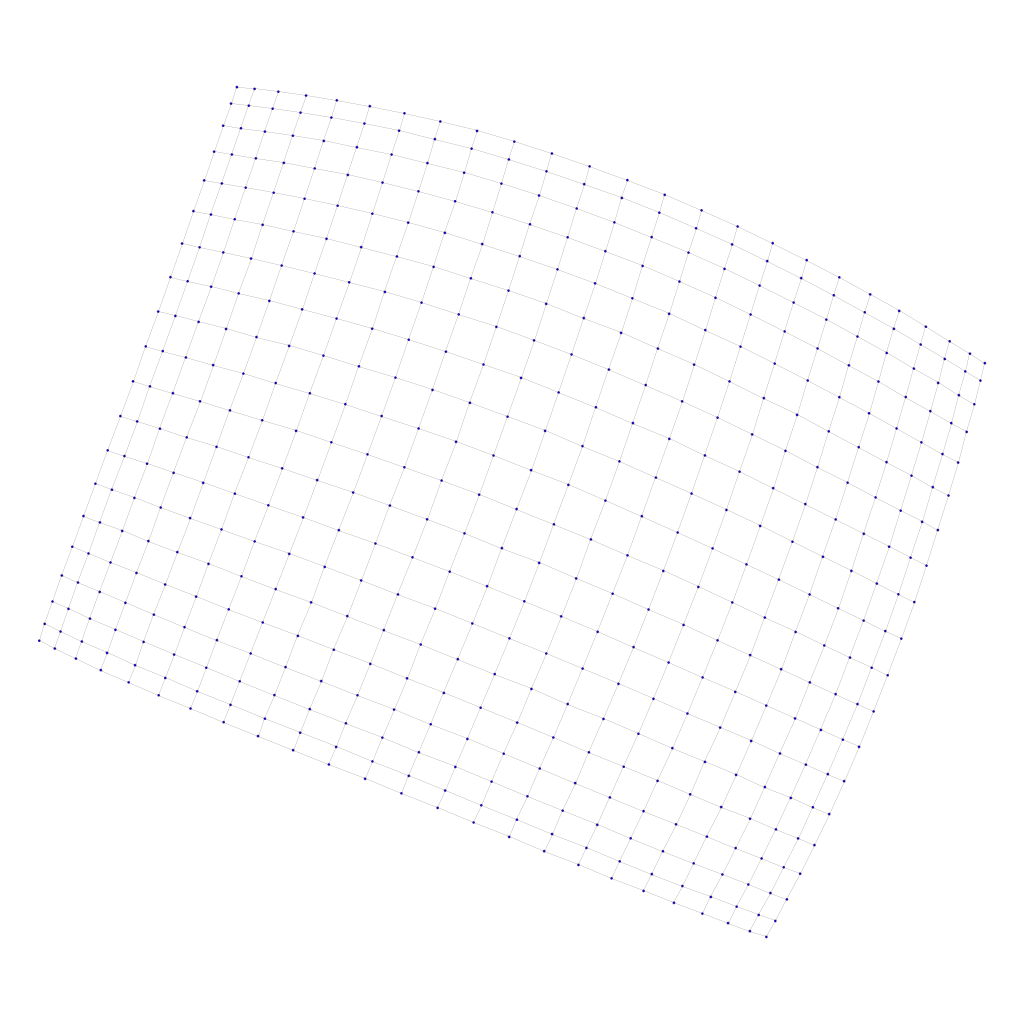
Before: Imágenes/Grafos/500/gridGraph500.png, a diagram exported from Graphviz (rMelendez96/Projects-ADA). Its source is kept beside it as Archivos GV/Grafos/500/gridGraph500.gv. The source it was exported from:
```dot
graph{
361 -- 386;
506 -- 507;
76 -- 101;
216 -- 241;
361 -- 362;
76 -- 77;
216 -- 217;
507 -- 532;
362 -- 387;
507 -- 508;
77 -- 102;
217 -- 242;
362 -- 363;
77 -- 78;
217 -- 218;
508 -- 533;
363 -- 388;
508 -- 509;
78 -- 103;
218 -- 243;
363 -- 364;
78 -- 79;
218 -- 219;
509 -- 534;
364 -- 389;
509 -- 510;
79 -- 104;
219 -- 244;
364 -- 365;
79 -- 80;
510 -- 535;
225 -- 250;
365 -- 390;
510 -- 511;
80 -- 105;
225 -- 226;
365 -- 366;
80 -- 81;
511 -- 536;
226 -- 251;
366 -- 391;
511 -- 512;
81 -- 106;
226 -- 227;
366 -- 367;
81 -- 82;
512 -- 537;
227 -- 252;
367 -- 392;
512 -- 513;
82 -- 107;
227 -- 228;
367 -- 368;
82 -- 83;
513 -- 538;
228 -- 253;
368 -- 393;
513 -- 514;
83 -- 108;
228 -- 229;
368 -- 369;
83 -- 84;
514 -- 539;
229 -- 254;
369 -- 394;
514 -- 515;
84 -- 109;
229 -- 230;
84 -- 85;
375 -- 400;
515 -- 540;
230 -- 255;
375 -- 376;
515 -- 516;
85 -- 110;
230 -- 231;
85 -- 86;
376 -- 401;
516 -- 541;
231 -- 256;
376 -- 377;
516 -- 517;
86 -- 111;
231 -- 232;
86 -- 87;
377 -- 402;
517 -- 542;
232 -- 257;
377 -- 378;
517 -- 518;
87 -- 112;
232 -- 233;
87 -- 88;
378 -- 403;
518 -- 543;
233 -- 258;
378 -- 379;
518 -- 519;
88 -- 113;
233 -- 234;
88 -- 89;
379 -- 404;
519 -- 544;
234 -- 259;
379 -- 380;
89 -- 114;
234 -- 235;
525 -- 550;
89 -- 90;
380 -- 405;
525 -- 526;
235 -- 260;
380 -- 381;
90 -- 115;
235 -- 236;
526 -- 551;
90 -- 91;
381 -- 406;
526 -- 527;
236 -- 261;
381 -- 382;
91 -- 116;
236 -- 237;
527 -- 552;
91 -- 92;
382 -- 407;
527 -- 528;
237 -- 262;
382 -- 383;
92 -- 117;
237 -- 238;
528 -- 553;
92 -- 93;
383 -- 408;
528 -- 529;
238 -- 263;
383 -- 384;
93 -- 118;
238 -- 239;
529 -- 554;
93 -- 94;
384 -- 409;
529 -- 530;
239 -- 264;
384 -- 385;
94 -- 119;
239 -- 240;
530 -- 555;
385 -- 410;
530 -- 531;
100 -- 125;
240 -- 265;
385 -- 386;
100 -- 101;
240 -- 241;
531 -- 556;
386 -- 411;
531 -- 532;
101 -- 126;
241 -- 266;
386 -- 387;
101 -- 102;
241 -- 242;
532 -- 557;
387 -- 412;
532 -- 533;
102 -- 127;
242 -- 267;
387 -- 388;
102 -- 103;
242 -- 243;
533 -- 558;
388 -- 413;
533 -- 534;
103 -- 128;
243 -- 268;
388 -- 389;
103 -- 104;
243 -- 244;
534 -- 559;
389 -- 414;
534 -- 535;
104 -- 129;
244 -- 269;
389 -- 390;
104 -- 105;
535 -- 560;
250 -- 275;
390 -- 415;
535 -- 536;
105 -- 130;
250 -- 251;
390 -- 391;
105 -- 106;
536 -- 561;
251 -- 276;
391 -- 416;
536 -- 537;
106 -- 131;
251 -- 252;
391 -- 392;
106 -- 107;
537 -- 562;
252 -- 277;
392 -- 417;
537 -- 538;
107 -- 132;
252 -- 253;
392 -- 393;
107 -- 108;
538 -- 563;
253 -- 278;
393 -- 418;
538 -- 539;
108 -- 133;
253 -- 254;
393 -- 394;
108 -- 109;
539 -- 564;
254 -- 279;
394 -- 419;
539 -- 540;
109 -- 134;
254 -- 255;
109 -- 110;
400 -- 425;
540 -- 565;
255 -- 280;
400 -- 401;
540 -- 541;
110 -- 135;
255 -- 256;
110 -- 111;
401 -- 426;
541 -- 566;
256 -- 281;
401 -- 402;
541 -- 542;
111 -- 136;
256 -- 257;
215 -- 216;
111 -- 112;
402 -- 427;
542 -- 567;
257 -- 282;
402 -- 403;
542 -- 543;
112 -- 137;
257 -- 258;
112 -- 113;
403 -- 428;
543 -- 568;
258 -- 283;
403 -- 404;
543 -- 544;
113 -- 138;
258 -- 259;
113 -- 114;
404 -- 429;
544 -- 569;
259 -- 284;
404 -- 405;
114 -- 139;
259 -- 260;
550 -- 575;
114 -- 115;
405 -- 430;
550 -- 551;
260 -- 285;
405 -- 406;
115 -- 140;
260 -- 261;
551 -- 576;
115 -- 116;
406 -- 431;
551 -- 552;
261 -- 286;
406 -- 407;
116 -- 141;
261 -- 262;
552 -- 577;
116 -- 117;
407 -- 432;
552 -- 553;
262 -- 287;
407 -- 408;
117 -- 142;
262 -- 263;
553 -- 578;
117 -- 118;
408 -- 433;
553 -- 554;
263 -- 288;
408 -- 409;
118 -- 143;
263 -- 264;
554 -- 579;
118 -- 119;
409 -- 434;
554 -- 555;
264 -- 289;
409 -- 410;
119 -- 144;
264 -- 265;
555 -- 580;
410 -- 435;
555 -- 556;
125 -- 150;
265 -- 290;
410 -- 411;
125 -- 126;
265 -- 266;
556 -- 581;
411 -- 436;
556 -- 557;
126 -- 151;
266 -- 291;
411 -- 412;
126 -- 127;
266 -- 267;
557 -- 582;
412 -- 437;
557 -- 558;
127 -- 152;
267 -- 292;
412 -- 413;
127 -- 128;
267 -- 268;
558 -- 583;
413 -- 438;
558 -- 559;
128 -- 153;
268 -- 293;
413 -- 414;
128 -- 129;
268 -- 269;
559 -- 584;
414 -- 439;
559 -- 560;
129 -- 154;
269 -- 294;
414 -- 415;
129 -- 130;
560 -- 585;
275 -- 300;
415 -- 440;
560 -- 561;
130 -- 155;
275 -- 276;
415 -- 416;
130 -- 131;
561 -- 586;
276 -- 301;
416 -- 441;
561 -- 562;
131 -- 156;
276 -- 277;
416 -- 417;
131 -- 132;
562 -- 587;
277 -- 302;
417 -- 442;
562 -- 563;
132 -- 157;
277 -- 278;
417 -- 418;
132 -- 133;
563 -- 588;
278 -- 303;
418 -- 443;
563 -- 564;
133 -- 158;
278 -- 279;
418 -- 419;
133 -- 134;
564 -- 589;
279 -- 304;
419 -- 444;
564 -- 565;
134 -- 159;
279 -- 280;
134 -- 135;
425 -- 450;
565 -- 590;
280 -- 305;
425 -- 426;
565 -- 566;
135 -- 160;
280 -- 281;
135 -- 136;
426 -- 451;
566 -- 591;
281 -- 306;
426 -- 427;
566 -- 567;
136 -- 161;
281 -- 282;
136 -- 137;
427 -- 452;
567 -- 592;
282 -- 307;
427 -- 428;
567 -- 568;
137 -- 162;
282 -- 283;
137 -- 138;
428 -- 453;
568 -- 593;
283 -- 308;
428 -- 429;
506 -- 531;
568 -- 569;
138 -- 163;
283 -- 284;
138 -- 139;
429 -- 454;
569 -- 594;
284 -- 309;
429 -- 430;
139 -- 164;
284 -- 285;
575 -- 600;
139 -- 140;
430 -- 455;
575 -- 576;
285 -- 310;
430 -- 431;
140 -- 165;
285 -- 286;
576 -- 601;
140 -- 141;
431 -- 456;
576 -- 577;
286 -- 311;
431 -- 432;
141 -- 166;
286 -- 287;
577 -- 602;
141 -- 142;
432 -- 457;
577 -- 578;
287 -- 312;
432 -- 433;
142 -- 167;
287 -- 288;
578 -- 603;
142 -- 143;
433 -- 458;
578 -- 579;
288 -- 313;
433 -- 434;
3 -- 28;
143 -- 168;
288 -- 289;
579 -- 604;
3 -- 4;
143 -- 144;
434 -- 459;
579 -- 580;
289 -- 314;
434 -- 435;
4 -- 29;
144 -- 169;
289 -- 290;
580 -- 605;
4 -- 5;
435 -- 460;
580 -- 581;
150 -- 175;
290 -- 315;
435 -- 436;
5 -- 30;
150 -- 151;
290 -- 291;
581 -- 606;
5 -- 6;
436 -- 461;
581 -- 582;
151 -- 176;
291 -- 316;
436 -- 437;
6 -- 31;
151 -- 152;
291 -- 292;
582 -- 607;
6 -- 7;
437 -- 462;
582 -- 583;
152 -- 177;
292 -- 317;
437 -- 438;
7 -- 32;
152 -- 153;
292 -- 293;
583 -- 608;
7 -- 8;
438 -- 463;
583 -- 584;
153 -- 178;
293 -- 318;
438 -- 439;
8 -- 33;
153 -- 154;
293 -- 294;
584 -- 609;
8 -- 9;
439 -- 464;
584 -- 585;
154 -- 179;
294 -- 319;
439 -- 440;
9 -- 34;
154 -- 155;
585 -- 610;
9 -- 10;
300 -- 325;
440 -- 465;
585 -- 586;
155 -- 180;
300 -- 301;
440 -- 441;
10 -- 35;
155 -- 156;
586 -- 611;
10 -- 11;
301 -- 326;
441 -- 466;
586 -- 587;
156 -- 181;
301 -- 302;
441 -- 442;
11 -- 36;
156 -- 157;
587 -- 612;
11 -- 12;
302 -- 327;
442 -- 467;
587 -- 588;
157 -- 182;
302 -- 303;
442 -- 443;
12 -- 37;
157 -- 158;
588 -- 613;
12 -- 13;
303 -- 328;
443 -- 468;
588 -- 589;
158 -- 183;
303 -- 304;
443 -- 444;
13 -- 38;
158 -- 159;
589 -- 614;
13 -- 14;
304 -- 329;
444 -- 469;
589 -- 590;
159 -- 184;
304 -- 305;
14 -- 39;
159 -- 160;
450 -- 475;
590 -- 615;
14 -- 15;
305 -- 330;
450 -- 451;
590 -- 591;
160 -- 185;
305 -- 306;
15 -- 40;
160 -- 161;
451 -- 476;
591 -- 616;
15 -- 16;
306 -- 331;
451 -- 452;
591 -- 592;
161 -- 186;
306 -- 307;
16 -- 41;
161 -- 162;
452 -- 477;
592 -- 617;
16 -- 17;
307 -- 332;
452 -- 453;
592 -- 593;
162 -- 187;
307 -- 308;
17 -- 42;
162 -- 163;
453 -- 478;
593 -- 618;
17 -- 18;
308 -- 333;
453 -- 454;
593 -- 594;
163 -- 188;
308 -- 309;
18 -- 43;
163 -- 164;
454 -- 479;
594 -- 619;
18 -- 19;
309 -- 334;
454 -- 455;
164 -- 189;
309 -- 310;
600 -- 601;
19 -- 44;
164 -- 165;
455 -- 480;
310 -- 335;
455 -- 456;
601 -- 602;
25 -- 50;
165 -- 190;
310 -- 311;
25 -- 26;
165 -- 166;
456 -- 481;
602 -- 603;
311 -- 336;
456 -- 457;
26 -- 51;
166 -- 191;
311 -- 312;
603 -- 604;
26 -- 27;
166 -- 167;
457 -- 482;
312 -- 337;
457 -- 458;
604 -- 605;
27 -- 52;
167 -- 192;
312 -- 313;
27 -- 28;
167 -- 168;
458 -- 483;
605 -- 606;
313 -- 338;
458 -- 459;
28 -- 53;
168 -- 193;
313 -- 314;
606 -- 607;
28 -- 29;
168 -- 169;
459 -- 484;
314 -- 339;
459 -- 460;
607 -- 608;
29 -- 54;
169 -- 194;
314 -- 315;
29 -- 30;
460 -- 485;
608 -- 609;
175 -- 200;
315 -- 340;
460 -- 461;
30 -- 55;
175 -- 176;
315 -- 316;
609 -- 610;
30 -- 31;
461 -- 486;
176 -- 201;
316 -- 341;
461 -- 462;
610 -- 611;
31 -- 56;
176 -- 177;
316 -- 317;
31 -- 32;
462 -- 487;
611 -- 612;
177 -- 202;
317 -- 342;
462 -- 463;
32 -- 57;
177 -- 178;
317 -- 318;
612 -- 613;
32 -- 33;
463 -- 488;
178 -- 203;
318 -- 343;
463 -- 464;
613 -- 614;
33 -- 58;
178 -- 179;
318 -- 319;
33 -- 34;
464 -- 489;
614 -- 615;
179 -- 204;
319 -- 344;
464 -- 465;
34 -- 59;
179 -- 180;
615 -- 616;
34 -- 35;
325 -- 350;
465 -- 490;
180 -- 205;
325 -- 326;
465 -- 466;
616 -- 617;
35 -- 60;
180 -- 181;
35 -- 36;
326 -- 351;
466 -- 491;
617 -- 618;
181 -- 206;
326 -- 327;
466 -- 467;
36 -- 61;
181 -- 182;
618 -- 619;
36 -- 37;
327 -- 352;
467 -- 492;
182 -- 207;
327 -- 328;
467 -- 468;
37 -- 62;
182 -- 183;
37 -- 38;
328 -- 353;
468 -- 493;
183 -- 208;
328 -- 329;
468 -- 469;
38 -- 63;
183 -- 184;
38 -- 39;
329 -- 354;
469 -- 494;
184 -- 209;
329 -- 330;
39 -- 64;
184 -- 185;
475 -- 500;
39 -- 40;
330 -- 355;
475 -- 476;
185 -- 210;
330 -- 331;
40 -- 65;
185 -- 186;
476 -- 501;
40 -- 41;
331 -- 356;
476 -- 477;
186 -- 211;
331 -- 332;
41 -- 66;
186 -- 187;
477 -- 502;
41 -- 42;
332 -- 357;
477 -- 478;
187 -- 212;
332 -- 333;
42 -- 67;
187 -- 188;
478 -- 503;
42 -- 43;
333 -- 358;
478 -- 479;
188 -- 213;
333 -- 334;
43 -- 68;
188 -- 189;
479 -- 504;
43 -- 44;
334 -- 359;
479 -- 480;
189 -- 214;
334 -- 335;
44 -- 69;
189 -- 190;
480 -- 505;
335 -- 360;
480 -- 481;
50 -- 75;
190 -- 215;
335 -- 336;
50 -- 51;
190 -- 191;
481 -- 506;
336 -- 361;
481 -- 482;
51 -- 76;
191 -- 216;
336 -- 337;
51 -- 52;
191 -- 192;
482 -- 507;
337 -- 362;
482 -- 483;
52 -- 77;
192 -- 217;
337 -- 338;
52 -- 53;
192 -- 193;
483 -- 508;
338 -- 363;
483 -- 484;
53 -- 78;
193 -- 218;
338 -- 339;
53 -- 54;
193 -- 194;
484 -- 509;
339 -- 364;
484 -- 485;
54 -- 79;
194 -- 219;
339 -- 340;
54 -- 55;
485 -- 510;
200 -- 225;
340 -- 365;
485 -- 486;
55 -- 80;
200 -- 201;
340 -- 341;
55 -- 56;
486 -- 511;
201 -- 226;
341 -- 366;
486 -- 487;
56 -- 81;
201 -- 202;
341 -- 342;
56 -- 57;
487 -- 512;
202 -- 227;
342 -- 367;
487 -- 488;
57 -- 82;
202 -- 203;
342 -- 343;
57 -- 58;
488 -- 513;
203 -- 228;
343 -- 368;
488 -- 489;
58 -- 83;
203 -- 204;
343 -- 344;
58 -- 59;
489 -- 514;
204 -- 229;
344 -- 369;
489 -- 490;
59 -- 84;
204 -- 205;
59 -- 60;
350 -- 375;
490 -- 515;
205 -- 230;
350 -- 351;
490 -- 491;
60 -- 85;
205 -- 206;
60 -- 61;
351 -- 376;
491 -- 516;
206 -- 231;
351 -- 352;
491 -- 492;
61 -- 86;
206 -- 207;
61 -- 62;
352 -- 377;
492 -- 517;
207 -- 232;
352 -- 353;
492 -- 493;
62 -- 87;
207 -- 208;
62 -- 63;
353 -- 378;
493 -- 518;
208 -- 233;
353 -- 354;
493 -- 494;
63 -- 88;
208 -- 209;
63 -- 64;
354 -- 379;
494 -- 519;
209 -- 234;
354 -- 355;
64 -- 89;
209 -- 210;
500 -- 525;
64 -- 65;
355 -- 380;
500 -- 501;
210 -- 235;
355 -- 356;
65 -- 90;
210 -- 211;
501 -- 526;
65 -- 66;
356 -- 381;
501 -- 502;
211 -- 236;
356 -- 357;
66 -- 91;
211 -- 212;
502 -- 527;
66 -- 67;
357 -- 382;
502 -- 503;
212 -- 237;
357 -- 358;
67 -- 92;
212 -- 213;
503 -- 528;
0 -- 25;
67 -- 68;
358 -- 383;
503 -- 504;
0 -- 1;
213 -- 238;
358 -- 359;
68 -- 93;
213 -- 214;
504 -- 529;
1 -- 26;
68 -- 69;
359 -- 384;
504 -- 505;
1 -- 2;
214 -- 239;
359 -- 360;
69 -- 94;
214 -- 215;
505 -- 530;
2 -- 27;
360 -- 385;
505 -- 506;
2 -- 3;
75 -- 100;
215 -- 240;
360 -- 361;
75 -- 76;
}
```
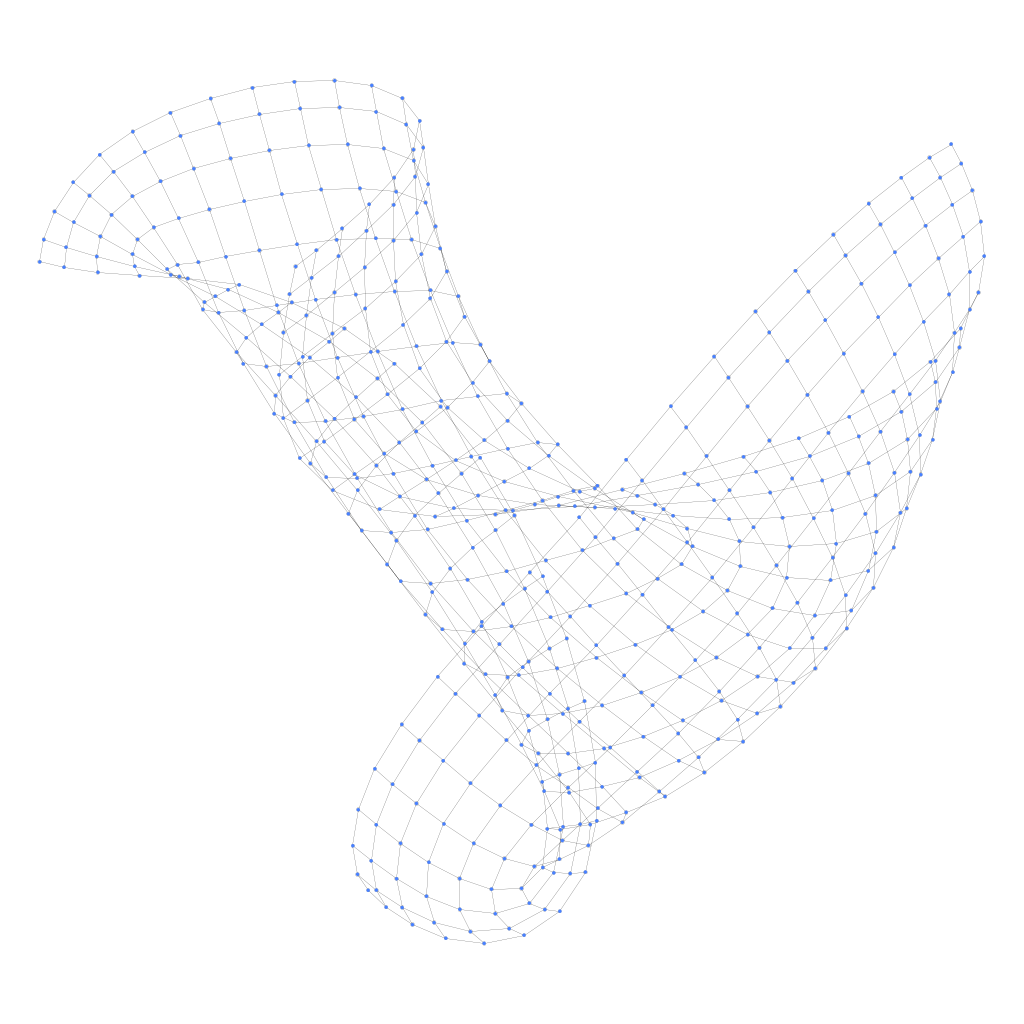
Later version of the same file.

Diff of the diagram source:
```diff
@@ -1,4 +1,110 @@
 graph{
+57 -- 82;
+202 -- 203;
+342 -- 343;
+57 -- 58;
+488 -- 513;
+203 -- 228;
+343 -- 368;
+488 -- 489;
+58 -- 83;
+203 -- 204;
+343 -- 344;
+58 -- 59;
+489 -- 514;
+204 -- 229;
+344 -- 369;
+489 -- 490;
+59 -- 84;
+204 -- 205;
+59 -- 60;
+350 -- 375;
+490 -- 515;
+205 -- 230;
+350 -- 351;
+490 -- 491;
+60 -- 85;
+205 -- 206;
+60 -- 61;
+351 -- 376;
+491 -- 516;
+206 -- 231;
+351 -- 352;
+491 -- 492;
+61 -- 86;
+206 -- 207;
+61 -- 62;
+352 -- 377;
+492 -- 517;
+207 -- 232;
+352 -- 353;
+492 -- 493;
+62 -- 87;
+207 -- 208;
+62 -- 63;
+353 -- 378;
+493 -- 518;
+208 -- 233;
+353 -- 354;
+493 -- 494;
+63 -- 88;
+208 -- 209;
+63 -- 64;
+354 -- 379;
+494 -- 519;
+209 -- 234;
+354 -- 355;
+64 -- 89;
+209 -- 210;
+500 -- 525;
+64 -- 65;
+355 -- 380;
+500 -- 501;
+210 -- 235;
+355 -- 356;
+65 -- 90;
+210 -- 211;
+501 -- 526;
+65 -- 66;
+356 -- 381;
+501 -- 502;
+211 -- 236;
+356 -- 357;
+66 -- 91;
+211 -- 212;
+502 -- 527;
+66 -- 67;
+357 -- 382;
+502 -- 503;
+212 -- 237;
+357 -- 358;
+67 -- 92;
+212 -- 213;
+503 -- 528;
+67 -- 68;
+358 -- 383;
+503 -- 504;
+213 -- 238;
+358 -- 359;
+68 -- 93;
+213 -- 214;
+504 -- 529;
+68 -- 69;
+359 -- 384;
+504 -- 505;
+214 -- 239;
+359 -- 360;
+69 -- 94;
+214 -- 215;
+505 -- 530;
+360 -- 385;
+505 -- 506;
+75 -- 100;
+215 -- 240;
+360 -- 361;
+75 -- 76;
+215 -- 216;
+506 -- 531;
 361 -- 386;
 506 -- 507;
 76 -- 101;
@@ -239,7 +345,6 @@
 541 -- 542;
 111 -- 136;
 256 -- 257;
-215 -- 216;
 111 -- 112;
 402 -- 427;
 542 -- 567;
@@ -409,7 +514,6 @@
 568 -- 593;
 283 -- 308;
 428 -- 429;
-506 -- 531;
 568 -- 569;
 138 -- 163;
 283 -- 284;
@@ -426,25 +530,31 @@
 575 -- 576;
 285 -- 310;
 430 -- 431;
+0 -- 25;
 140 -- 165;
 285 -- 286;
 576 -- 601;
+0 -- 1;
 140 -- 141;
 431 -- 456;
 576 -- 577;
 286 -- 311;
 431 -- 432;
+1 -- 26;
 141 -- 166;
 286 -- 287;
 577 -- 602;
+1 -- 2;
 141 -- 142;
 432 -- 457;
 577 -- 578;
 287 -- 312;
 432 -- 433;
+2 -- 27;
 142 -- 167;
 287 -- 288;
 578 -- 603;
+2 -- 3;
 142 -- 143;
 433 -- 458;
 578 -- 579;
@@ -618,6 +728,7 @@
 25 -- 50;
 165 -- 190;
 310 -- 311;
+342 -- 367;
 25 -- 26;
 165 -- 166;
 456 -- 481;
@@ -719,6 +830,7 @@
 181 -- 206;
 326 -- 327;
 466 -- 467;
+487 -- 488;
 36 -- 61;
 181 -- 182;
 618 -- 619;
@@ -842,116 +954,4 @@
 56 -- 57;
 487 -- 512;
 202 -- 227;
-342 -- 367;
-487 -- 488;
-57 -- 82;
-202 -- 203;
-342 -- 343;
-57 -- 58;
-488 -- 513;
-203 -- 228;
-343 -- 368;
-488 -- 489;
-58 -- 83;
-203 -- 204;
-343 -- 344;
-58 -- 59;
-489 -- 514;
-204 -- 229;
-344 -- 369;
-489 -- 490;
-59 -- 84;
-204 -- 205;
-59 -- 60;
-350 -- 375;
-490 -- 515;
-205 -- 230;
-350 -- 351;
-490 -- 491;
-60 -- 85;
-205 -- 206;
-60 -- 61;
-351 -- 376;
-491 -- 516;
-206 -- 231;
-351 -- 352;
-491 -- 492;
-61 -- 86;
-206 -- 207;
-61 -- 62;
-352 -- 377;
-492 -- 517;
-207 -- 232;
-352 -- 353;
-492 -- 493;
-62 -- 87;
-207 -- 208;
-62 -- 63;
-353 -- 378;
-493 -- 518;
-208 -- 233;
-353 -- 354;
-493 -- 494;
-63 -- 88;
-208 -- 209;
-63 -- 64;
-354 -- 379;
-494 -- 519;
-209 -- 234;
-354 -- 355;
-64 -- 89;
-209 -- 210;
-500 -- 525;
-64 -- 65;
-355 -- 380;
-500 -- 501;
-210 -- 235;
-355 -- 356;
-65 -- 90;
-210 -- 211;
-501 -- 526;
-65 -- 66;
-356 -- 381;
-501 -- 502;
-211 -- 236;
-356 -- 357;
-66 -- 91;
-211 -- 212;
-502 -- 527;
-66 -- 67;
-357 -- 382;
-502 -- 503;
-212 -- 237;
-357 -- 358;
-67 -- 92;
-212 -- 213;
-503 -- 528;
-0 -- 25;
-67 -- 68;
-358 -- 383;
-503 -- 504;
-0 -- 1;
-213 -- 238;
-358 -- 359;
-68 -- 93;
-213 -- 214;
-504 -- 529;
-1 -- 26;
-68 -- 69;
-359 -- 384;
-504 -- 505;
-1 -- 2;
-214 -- 239;
-359 -- 360;
-69 -- 94;
-214 -- 215;
-505 -- 530;
-2 -- 27;
-360 -- 385;
-505 -- 506;
-2 -- 3;
-75 -- 100;
-215 -- 240;
-360 -- 361;
-75 -- 76;
 }
```
